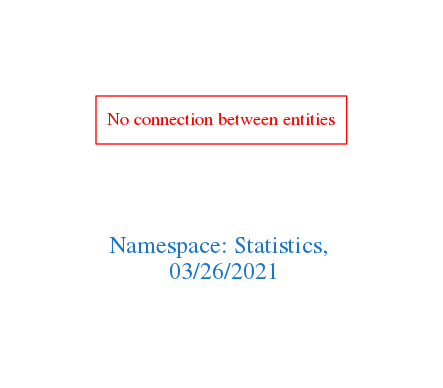
Before: downloads/Statistics.png, a diagram exported from Graphviz (arago/OGIT). Its source is kept beside it as downloads/Statistics.dot.
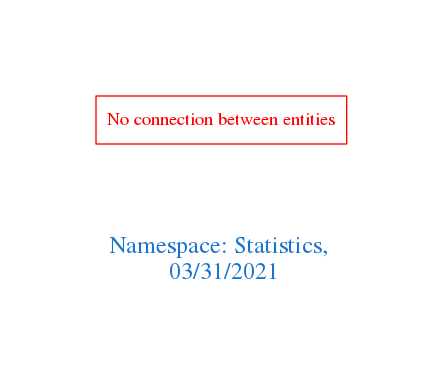
After the change.

The edit, as a diff of the source:
```diff
@@ -1,7 +1,7 @@
 digraph OGIT_ontology {
  graph [ rankdir= LR,pad=1
 fontsize = 18,
-fontcolor= dodgerblue3,label = "\n\n\nNamespace: Statistics, \n 03/26/2021"];
+fontcolor= dodgerblue3,label = "\n\n\nNamespace: Statistics, \n 03/31/2021"];
 node[shape=polygon];
 edge [  color="gray81"];
 
```
